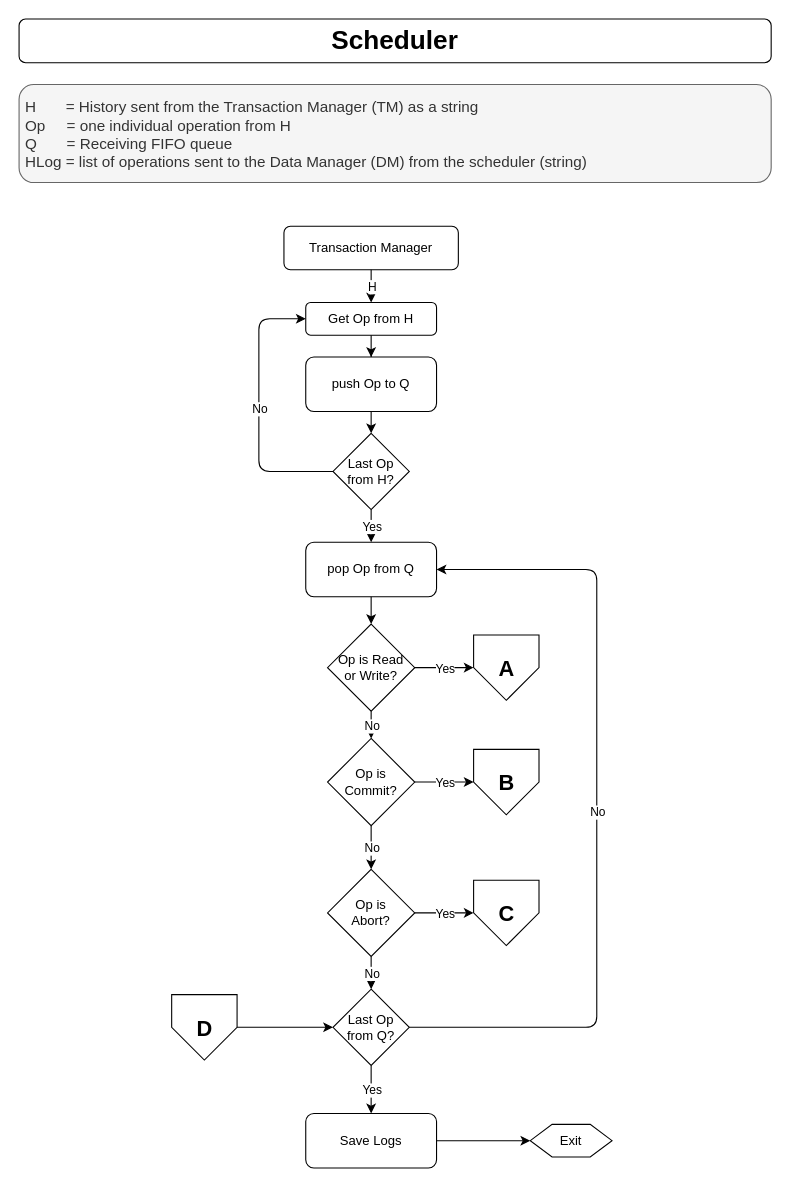
The draw.io diagram Design/CS 5570 Team4 Design - Scheduler.drawio in Rod-Skoglund/CS5570-Project, before the edit. Source tidied: cells renumbered, new cells numbered last; positions are measured from the earlier drawing's top-left corner, leaving out a move shared by most shapes. Both pictures are drawn from the tidied source at 109%, with x=0, y=0 at pixel (19, 19).
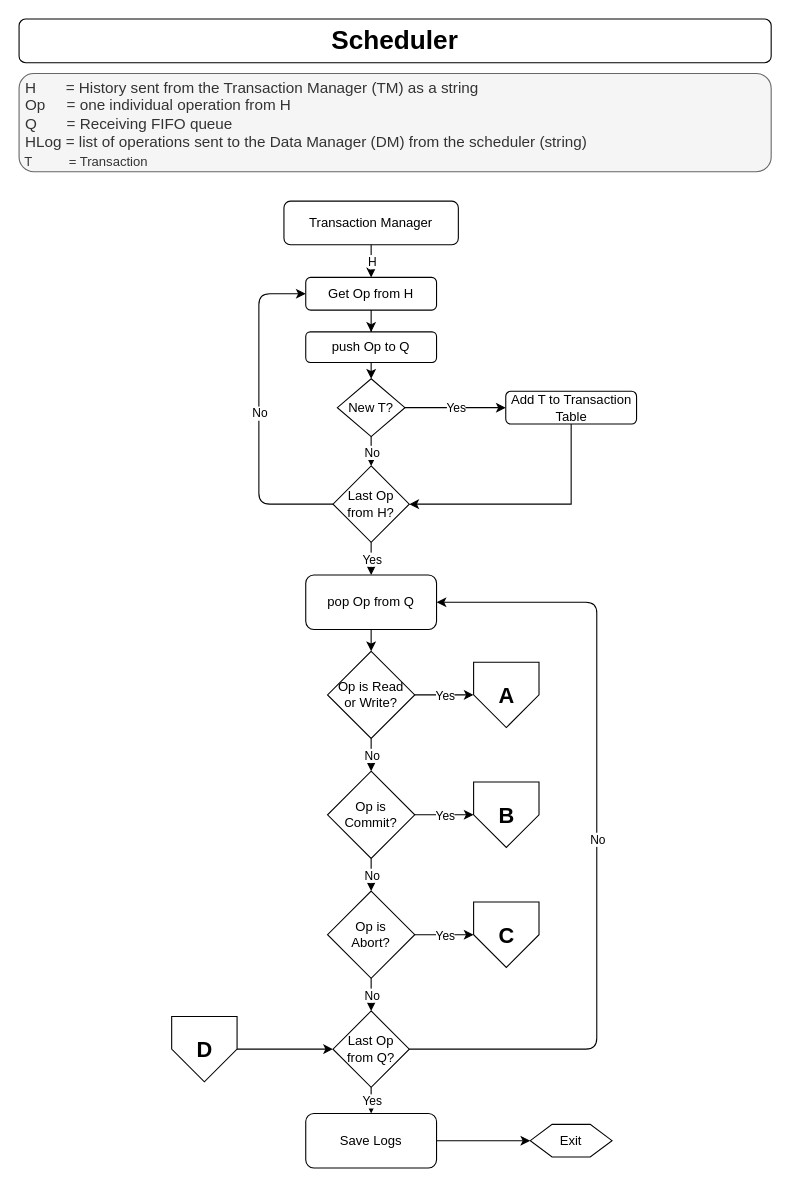
The same page after the edit.

Commit message:
Added New Transaction Check

Diff of the diagram source:
```diff
@@
-    <mxCell id="3" value="&amp;nbsp;H&amp;nbsp; &amp;nbsp; &amp;nbsp; &amp;nbsp;= History sent from the Transaction Manager (TM) as a string&lt;br&gt;&amp;nbsp;Op&amp;nbsp; &amp;nbsp; &amp;nbsp;= one individual operation from H&lt;br&gt;&amp;nbsp;Q&amp;nbsp; &amp;nbsp; &amp;nbsp; &amp;nbsp;= Receiving FIFO queue&lt;br&gt;&amp;nbsp;HLog = list of operations sent to the Data Manager (DM) from the scheduler (string)&lt;span style=&quot;text-align: center ; font-size: 12px&quot;&gt;&lt;font style=&quot;font-size: 12px&quot;&gt;&lt;br&gt;&lt;/font&gt;&lt;/span&gt;" style="text;html=1;align=left;verticalAlign=middle;whiteSpace=wrap;rounded=1;fontSize=14;labelBorderColor=none;spacingTop=2;spacingLeft=0;spacingBottom=0;spacingRight=0;spacing=2;perimeterSpacing=0;strokeWidth=1;labelPadding=-1;fillColor=#f5f5f5;strokeColor=#666666;fontColor=#333333;" parent="1" vertex="1">
-      <mxGeometry y="60" width="690" height="90" as="geometry" />
+    <mxCell id="3" value="&amp;nbsp;H&amp;nbsp; &amp;nbsp; &amp;nbsp; &amp;nbsp;= History sent from the Transaction Manager (TM) as a string&lt;br&gt;&amp;nbsp;Op&amp;nbsp; &amp;nbsp; &amp;nbsp;= one individual operation from H&lt;br&gt;&amp;nbsp;Q&amp;nbsp; &amp;nbsp; &amp;nbsp; &amp;nbsp;= Receiving FIFO queue&lt;br&gt;&amp;nbsp;HLog = list of operations sent to the Data Manager (DM) from the scheduler (string)&lt;br&gt;&lt;span style=&quot;text-align: center ; font-size: 12px&quot;&gt;&lt;font style=&quot;font-size: 12px&quot;&gt;&amp;nbsp;T&amp;nbsp; &amp;nbsp; &amp;nbsp; &amp;nbsp; &amp;nbsp; = Transaction&lt;br&gt;&lt;/font&gt;&lt;/span&gt;" style="text;html=1;align=left;verticalAlign=middle;whiteSpace=wrap;rounded=1;fontSize=14;labelBorderColor=none;spacingTop=2;spacingLeft=0;spacingBottom=0;spacingRight=0;spacing=2;perimeterSpacing=0;strokeWidth=1;labelPadding=-1;fillColor=#f5f5f5;strokeColor=#666666;fontColor=#333333;" parent="1" vertex="1">
+      <mxGeometry y="50" width="690" height="90" as="geometry" />
     </mxCell>
     <mxCell id="4" value="Transaction Manager" style="rounded=1;whiteSpace=wrap;html=1;fontSize=12;glass=0;strokeWidth=1;shadow=0;" parent="1" vertex="1">
-      <mxGeometry x="243" y="190" width="160" height="40" as="geometry" />
+      <mxGeometry x="243" y="167" width="160" height="40" as="geometry" />
     </mxCell>
     <mxCell id="5" value="Get Op from H" style="rounded=1;whiteSpace=wrap;html=1;fontSize=12;glass=0;strokeWidth=1;shadow=0;" parent="1" vertex="1">
-      <mxGeometry x="263" y="260" width="120" height="30" as="geometry" />
+      <mxGeometry x="263" y="237" width="120" height="30" as="geometry" />
     </mxCell>
@@
     <mxCell id="7" style="endArrow=classic;html=1;" parent="1" edge="1" source="4" target="5">
-      <mxGeometry x="300" y="250" as="geometry" />
+      <mxGeometry x="300" y="249" as="geometry" />
     </mxCell>
@@
     <mxCell id="9" value="pop Op from Q" style="rounded=1;whiteSpace=wrap;html=1;fontSize=12;glass=0;strokeWidth=1;shadow=0;" parent="1" vertex="1">
-      <mxGeometry x="263" y="480" width="120" height="50" as="geometry" />
+      <mxGeometry x="263" y="510" width="120" height="50" as="geometry" />
     </mxCell>
@@
     <mxCell id="11" value="push Op to Q" style="rounded=1;whiteSpace=wrap;html=1;fontSize=12;glass=0;strokeWidth=1;shadow=0;" parent="1" vertex="1">
-      <mxGeometry x="263" y="310" width="120" height="50" as="geometry" />
+      <mxGeometry x="263" y="287" width="120" height="28" as="geometry" />
     </mxCell>
     <mxCell id="12" style="edgeStyle=orthogonalEdgeStyle;rounded=0;jettySize=auto;html=1;exitX=0.5;exitY=1;exitDx=0;exitDy=0;" parent="1" edge="1" source="5" target="11">
-      <mxGeometry x="300" y="250" as="geometry" />
+      <mxGeometry x="300" y="249" as="geometry" />
     </mxCell>
     <mxCell id="13" value="Last Op from H?" style="rhombus;whiteSpace=wrap;html=1;" parent="1" vertex="1">
-      <mxGeometry x="288" y="380" width="70" height="70" as="geometry" />
+      <mxGeometry x="288" y="410" width="70" height="70" as="geometry" />
     </mxCell>
-    <mxCell id="14" style="edgeStyle=orthogonalEdgeStyle;rounded=0;jettySize=auto;html=1;exitX=0.5;exitY=1;exitDx=0;exitDy=0;entryX=0.5;entryY=0;entryDx=0;entryDy=0;" parent="1" edge="1" source="11" target="13">
-      <mxGeometry x="300" y="250" as="geometry">
+    <mxCell id="14" style="edgeStyle=orthogonalEdgeStyle;rounded=0;jettySize=auto;html=1;entryX=1;entryY=0.5;entryDx=0;entryDy=0;exitX=0.5;exitY=1;exitDx=0;exitDy=0;" parent="1" edge="1" source="47" target="13">
+      <mxGeometry x="310" y="280" as="geometry">
         <Array as="points">
-          <mxPoint x="323" y="370" />
-          <mxPoint x="323" y="370" />
+          <mxPoint x="507" y="445" />
         </Array>
       </mxGeometry>
     </mxCell>
@@
     <mxCell id="17" style="endArrow=classic;html=1;exitX=0;exitY=0.5;exitDx=0;exitDy=0;edgeStyle=orthogonalEdgeStyle;entryX=0;entryY=0.5;entryDx=0;entryDy=0;" parent="1" edge="1" source="13" target="5">
       <mxGeometry x="300" y="250" as="geometry">
         <Array as="points">
-          <mxPoint x="220" y="415" />
-          <mxPoint x="220" y="275" />
+          <mxPoint x="220" y="445" />
+          <mxPoint x="220" y="252" />
         </Array>
       </mxGeometry>
     </mxCell>
@@
     <mxCell id="20" value="Last Op from Q?" style="rhombus;whiteSpace=wrap;html=1;" parent="1" vertex="1">
-      <mxGeometry x="288" y="890" width="70" height="70" as="geometry" />
+      <mxGeometry x="288" y="910" width="70" height="70" as="geometry" />
     </mxCell>
     <mxCell id="21" style="endArrow=classic;html=1;exitX=1;exitY=0.5;exitDx=0;exitDy=0;entryX=1;entryY=0.5;entryDx=0;entryDy=0;edgeStyle=orthogonalEdgeStyle;" parent="1" edge="1" source="20" target="9">
       <mxGeometry x="300" y="250" as="geometry">
         <Array as="points">
-          <mxPoint x="530" y="925" />
-          <mxPoint x="530" y="505" />
+          <mxPoint x="530" y="945" />
+          <mxPoint x="530" y="535" />
         </Array>
       </mxGeometry>
     </mxCell>
@@
     <mxCell id="26" value="Op is Read &lt;br&gt;or Write?" style="rhombus;whiteSpace=wrap;html=1;" parent="1" vertex="1">
-      <mxGeometry x="283" y="555" width="80" height="80" as="geometry" />
+      <mxGeometry x="283" y="580" width="80" height="80" as="geometry" />
     </mxCell>
     <mxCell id="27" style="endArrow=classic;html=1;exitX=1;exitY=0.5;exitDx=0;exitDy=0;edgeStyle=orthogonalEdgeStyle;entryX=0;entryY=0.5;entryDx=0;entryDy=0;" parent="1" edge="1" source="26" target="39">
       <mxGeometry x="750" y="395" as="geometry">
         <Array as="points">
-          <mxPoint x="400" y="595" />
-          <mxPoint x="400" y="595" />
+          <mxPoint x="380" y="620" />
+          <mxPoint x="380" y="620" />
         </Array>
       </mxGeometry>
     </mxCell>
@@
     <mxCell id="29" value="Op is &lt;br&gt;Commit?" style="rhombus;whiteSpace=wrap;html=1;" parent="1" vertex="1">
-      <mxGeometry x="283" y="660" width="80" height="80" as="geometry" />
+      <mxGeometry x="283" y="690" width="80" height="80" as="geometry" />
     </mxCell>
     <mxCell id="30" value="Op is &lt;br&gt;Abort?" style="rhombus;whiteSpace=wrap;html=1;" parent="1" vertex="1">
-      <mxGeometry x="283" y="780" width="80" height="80" as="geometry" />
+      <mxGeometry x="283" y="800" width="80" height="80" as="geometry" />
     </mxCell>
@@
-    <mxCell id="33" style="endArrow=classic;html=1;exitX=0.5;exitY=1;exitDx=0;exitDy=0;edgeStyle=orthogonalEdgeStyle;entryX=0.5;entryY=0;entryDx=0;entryDy=0;" parent="1" edge="1" source="26" target="29">
-      <mxGeometry x="589" y="337.1" as="geometry">
-        <Array as="points">
-          <mxPoint x="323" y="635" />
-          <mxPoint x="323" y="635" />
-        </Array>
-      </mxGeometry>
+    <mxCell id="33" style="endArrow=classic;html=1;edgeStyle=orthogonalEdgeStyle;entryX=0.5;entryY=0;entryDx=0;entryDy=0;exitX=0.5;exitY=1;exitDx=0;exitDy=0;" parent="1" edge="1" source="26" target="29">
+      <mxGeometry x="589" y="337.1" as="geometry" />
     </mxCell>
@@
     <mxCell id="39" value="A" style="verticalLabelPosition=middle;verticalAlign=middle;html=1;shape=offPageConnector;rounded=0;size=0.5;labelPosition=center;align=center;fontSize=20;fontStyle=1;" parent="1" vertex="1">
-      <mxGeometry x="417" y="565" width="60" height="60" as="geometry" />
+      <mxGeometry x="417" y="590" width="60" height="60" as="geometry" />
     </mxCell>
     <mxCell id="40" value="C" style="verticalLabelPosition=middle;verticalAlign=middle;html=1;shape=offPageConnector;rounded=0;size=0.5;fontStyle=1;fontSize=20;labelPosition=center;align=center;" parent="1" vertex="1">
-      <mxGeometry x="417" y="790" width="60" height="60" as="geometry" />
+      <mxGeometry x="417" y="810" width="60" height="60" as="geometry" />
     </mxCell>
     <mxCell id="41" value="B" style="verticalLabelPosition=middle;verticalAlign=middle;html=1;shape=offPageConnector;rounded=0;size=0.5;labelPosition=center;align=center;fontStyle=1;fontSize=20;" parent="1" vertex="1">
-      <mxGeometry x="417" y="670" width="60" height="60" as="geometry" />
+      <mxGeometry x="417" y="700" width="60" height="60" as="geometry" />
     </mxCell>
@@
     <mxCell id="44" value="D" style="verticalLabelPosition=middle;verticalAlign=middle;html=1;shape=offPageConnector;rounded=0;size=0.5;labelPosition=center;align=center;fontSize=20;fontStyle=1;" parent="1" vertex="1">
-      <mxGeometry x="140" y="895" width="60" height="60" as="geometry" />
+      <mxGeometry x="140" y="915" width="60" height="60" as="geometry" />
     </mxCell>
@@
+    <mxCell id="46" value="New T?" style="rhombus;whiteSpace=wrap;html=1;" parent="1" vertex="1">
+      <mxGeometry x="292" y="330" width="62" height="53" as="geometry" />
+    </mxCell>
+    <mxCell id="47" value="Add T to Transaction Table" style="rounded=1;whiteSpace=wrap;html=1;fontSize=12;glass=0;strokeWidth=1;shadow=0;" parent="1" vertex="1">
+      <mxGeometry x="446.5" y="341.5" width="120" height="30" as="geometry" />
+    </mxCell>
+    <mxCell id="48" style="edgeStyle=orthogonalEdgeStyle;rounded=0;jettySize=auto;html=1;entryX=0.5;entryY=0;entryDx=0;entryDy=0;exitX=0.5;exitY=1;exitDx=0;exitDy=0;" parent="1" edge="1" source="11" target="46">
+      <mxGeometry x="310" y="259" as="geometry">
+        <Array as="points">
+          <mxPoint x="323" y="315" />
+          <mxPoint x="323" y="315" />
+        </Array>
+      </mxGeometry>
+    </mxCell>
+    <mxCell id="49" style="endArrow=classic;html=1;exitX=1;exitY=0.5;exitDx=0;exitDy=0;entryX=0;entryY=0.5;entryDx=0;entryDy=0;edgeStyle=orthogonalEdgeStyle;" parent="1" edge="1" source="46" target="47">
+      <mxGeometry x="310" y="260" as="geometry" />
+    </mxCell>
+    <mxCell id="50" value="Yes" style="edgeLabel;html=1;align=center;verticalAlign=middle;" parent="49" vertex="1">
+      <mxGeometry relative="1" as="geometry" />
+    </mxCell>
+    <mxCell id="51" style="endArrow=classic;html=1;exitX=0.5;exitY=1;exitDx=0;exitDy=0;edgeStyle=orthogonalEdgeStyle;entryX=0.5;entryY=0;entryDx=0;entryDy=0;" parent="1" edge="1" source="46" target="13">
+      <mxGeometry x="310" y="260" as="geometry">
+        <Array as="points">
+          <mxPoint x="323" y="390" />
+          <mxPoint x="323" y="390" />
+        </Array>
+      </mxGeometry>
+    </mxCell>
+    <mxCell id="52" value="No" style="edgeLabel;html=1;align=center;verticalAlign=middle;" parent="51" vertex="1">
+      <mxGeometry relative="1" as="geometry" />
+    </mxCell>
```
